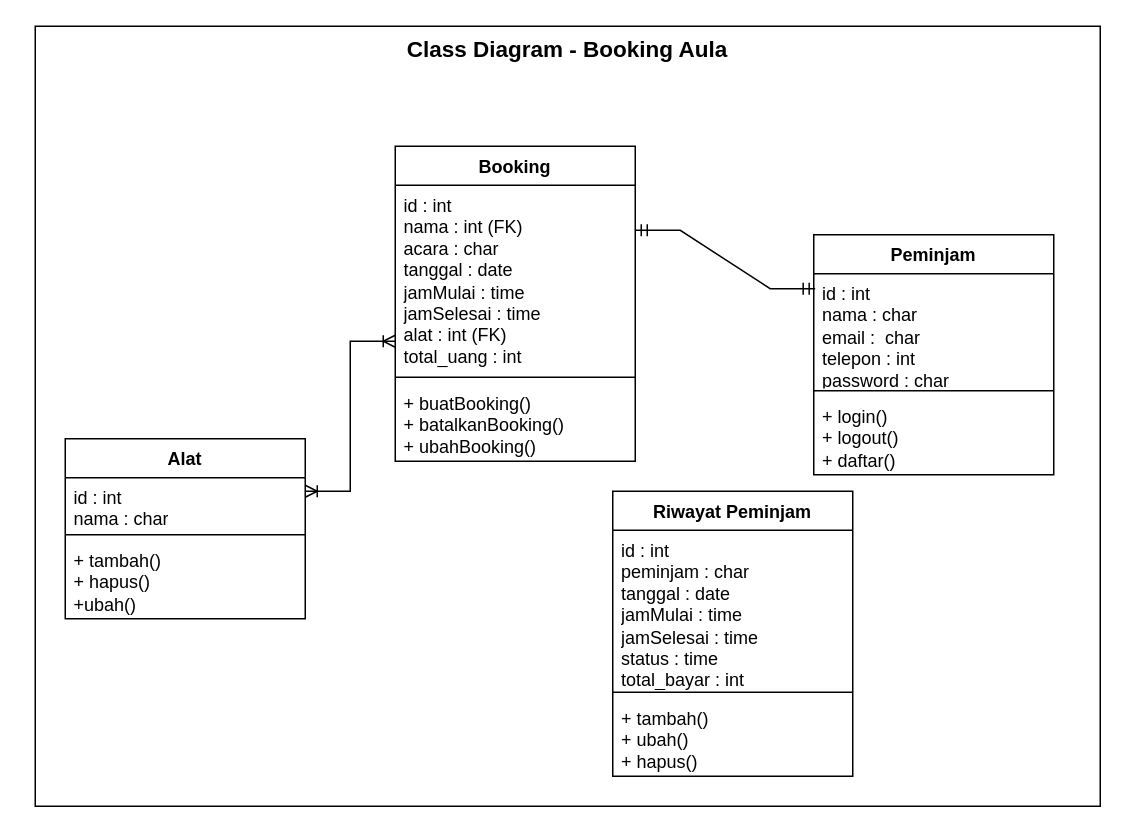
This is page "Class-diagram" (3 of 5) of alur-bisnis.drawio from ZulpaAgustin/BookNow, a draw.io file, before an edit. Source tidied: cells renumbered, new cells numbered last; positions are measured from the earlier drawing's top-left corner, leaving out a move shared by most shapes. Both pictures are drawn from the tidied source at 150%, with x=0, y=0 at pixel (34, 26).
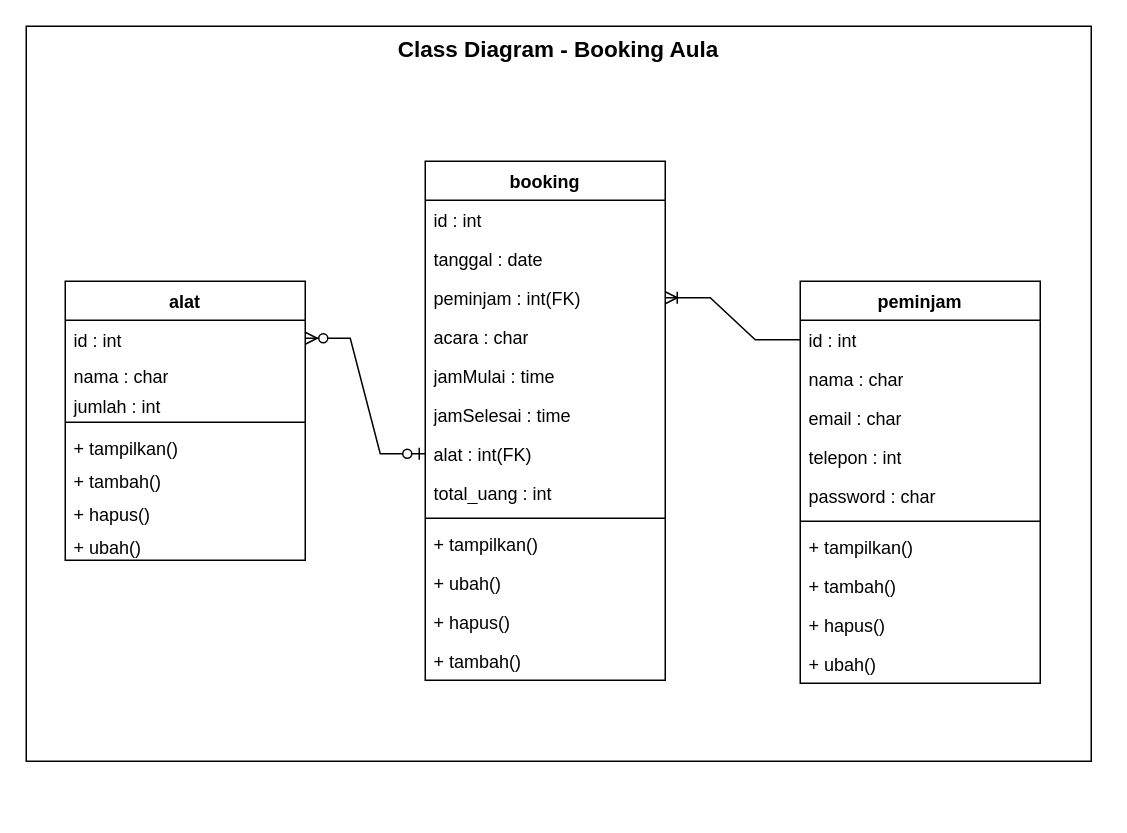
After the change.

What changed in the source:
```diff
@@
     <mxCell id="2" value="Class Diagram - Booking Aula" style="rounded=0;whiteSpace=wrap;html=1;verticalAlign=top;fontStyle=1;fontSize=15;" parent="1" vertex="1">
-      <mxGeometry width="710" height="520" as="geometry" />
+      <mxGeometry x="-6" width="710" height="490" as="geometry" />
     </mxCell>
-    <mxCell id="3" value="Peminjam" style="swimlane;fontStyle=1;align=center;verticalAlign=top;horizontal=1;startSize=26;whiteSpace=wrap;html=1;" parent="1" vertex="1">
-      <mxGeometry x="519" y="139" width="160" height="160" as="geometry" />
-    </mxCell>
-    <mxCell id="4" value="id : int&lt;div&gt;nama : char&lt;/div&gt;&lt;div&gt;email :&amp;nbsp; char&lt;/div&gt;&lt;div&gt;telepon : int&lt;/div&gt;&lt;div&gt;password : char&lt;/div&gt;" style="text;strokeColor=none;fillColor=none;align=left;verticalAlign=top;spacingLeft=4;spacingRight=4;overflow=hidden;points=[[0,0.5],[1,0.5]];portConstraint=eastwest;whiteSpace=wrap;html=1;" parent="3" vertex="1">
-      <mxGeometry y="26" width="160" height="74" as="geometry" />
-    </mxCell>
-    <mxCell id="5" style="line;strokeWidth=1;fillColor=none;align=left;verticalAlign=middle;spacingTop=-1;spacingLeft=3;spacingRight=3;labelPosition=right;strokeColor=inherit;" parent="3" vertex="1">
-      <mxGeometry y="100" width="160" height="8" as="geometry" />
-    </mxCell>
-    <mxCell id="6" value="+ login()&lt;div&gt;+ logout()&lt;/div&gt;&lt;div&gt;+ daftar()&lt;/div&gt;" style="text;strokeColor=none;fillColor=none;align=left;verticalAlign=top;spacingLeft=4;spacingRight=4;overflow=hidden;whiteSpace=wrap;html=1;" parent="3" vertex="1">
-      <mxGeometry y="108" width="160" height="52" as="geometry" />
-    </mxCell>
-    <mxCell id="7" value="Booking" style="swimlane;fontStyle=1;align=center;verticalAlign=top;horizontal=1;startSize=26;whiteSpace=wrap;html=1;" parent="1" vertex="1">
-      <mxGeometry x="240" y="80" width="160" height="210" as="geometry" />
-    </mxCell>
-    <mxCell id="8" value="id : int&lt;div&gt;nama : int (FK)&lt;/div&gt;&lt;div&gt;acara : char&lt;/div&gt;&lt;div&gt;tanggal : date&lt;/div&gt;&lt;div&gt;jamMulai : time&lt;/div&gt;&lt;div&gt;jamSelesai : time&lt;/div&gt;&lt;div&gt;alat : int (FK)&lt;/div&gt;&lt;div&gt;total_uang : int&lt;/div&gt;" style="text;strokeColor=none;fillColor=none;align=left;verticalAlign=top;spacingLeft=4;spacingRight=4;overflow=hidden;points=[[0,0.5],[1,0.5]];portConstraint=eastwest;whiteSpace=wrap;html=1;" parent="7" vertex="1">
-      <mxGeometry y="26" width="160" height="124" as="geometry" />
-    </mxCell>
-    <mxCell id="9" style="line;strokeWidth=1;fillColor=none;align=left;verticalAlign=middle;spacingTop=-1;spacingLeft=3;spacingRight=3;labelPosition=right;strokeColor=inherit;" parent="7" vertex="1">
-      <mxGeometry y="150" width="160" height="8" as="geometry" />
-    </mxCell>
-    <mxCell id="10" value="+ buatBooking()&lt;div&gt;+ batalkanBooking()&lt;/div&gt;&lt;div&gt;+ ubahBooking()&lt;/div&gt;" style="text;strokeColor=none;fillColor=none;align=left;verticalAlign=top;spacingLeft=4;spacingRight=4;overflow=hidden;whiteSpace=wrap;html=1;" parent="7" vertex="1">
-      <mxGeometry y="158" width="160" height="52" as="geometry" />
-    </mxCell>
-    <mxCell id="11" value="Alat" style="swimlane;fontStyle=1;align=center;verticalAlign=top;horizontal=1;startSize=26;whiteSpace=wrap;html=1;" parent="1" vertex="1">
-      <mxGeometry x="20" y="275" width="160" height="120" as="geometry" />
+    <mxCell id="11" value="alat" style="swimlane;fontStyle=1;align=center;verticalAlign=top;horizontal=1;startSize=26;whiteSpace=wrap;html=1;" parent="1" vertex="1">
+      <mxGeometry x="20" y="170" width="160" height="186" as="geometry" />
     </mxCell>
-    <mxCell id="12" value="id : int&lt;div&gt;nama : char&lt;/div&gt;" style="text;strokeColor=none;fillColor=none;align=left;verticalAlign=top;spacingLeft=4;spacingRight=4;overflow=hidden;points=[[0,0.5],[1,0.5]];portConstraint=eastwest;whiteSpace=wrap;html=1;" parent="11" vertex="1">
-      <mxGeometry y="26" width="160" height="34" as="geometry" />
+    <mxCell id="12" value="id : int" style="text;strokeColor=none;fillColor=none;align=left;verticalAlign=top;spacingLeft=4;spacingRight=4;overflow=hidden;points=[[0,0.5],[1,0.5]];portConstraint=eastwest;whiteSpace=wrap;html=1;" parent="11" vertex="1">
+      <mxGeometry y="26" width="160" height="24" as="geometry" />
     </mxCell>
+    <mxCell id="21" value="&lt;div&gt;nama : char&lt;/div&gt;" style="text;strokeColor=none;fillColor=none;align=left;verticalAlign=top;spacingLeft=4;spacingRight=4;overflow=hidden;whiteSpace=wrap;html=1;" parent="11" vertex="1">
+      <mxGeometry y="50" width="160" height="20" as="geometry" />
+    </mxCell>
+    <mxCell id="22" value="jumlah : int" style="text;strokeColor=none;fillColor=none;align=left;verticalAlign=top;spacingLeft=4;spacingRight=4;overflow=hidden;whiteSpace=wrap;html=1;" parent="11" vertex="1">
+      <mxGeometry y="70" width="160" height="20" as="geometry" />
+    </mxCell>
     <mxCell id="13" style="line;strokeWidth=1;fillColor=none;align=left;verticalAlign=middle;spacingTop=-1;spacingLeft=3;spacingRight=3;labelPosition=right;strokeColor=inherit;" parent="11" vertex="1">
-      <mxGeometry y="60" width="160" height="8" as="geometry" />
+      <mxGeometry y="90" width="160" height="8" as="geometry" />
     </mxCell>
-    <mxCell id="14" value="+ tambah()&lt;div&gt;+ hapus()&lt;/div&gt;&lt;div&gt;+ubah()&lt;/div&gt;" style="text;strokeColor=none;fillColor=none;align=left;verticalAlign=top;spacingLeft=4;spacingRight=4;overflow=hidden;whiteSpace=wrap;html=1;" parent="11" vertex="1">
-      <mxGeometry y="68" width="160" height="52" as="geometry" />
+    <mxCell id="14" value="&lt;div&gt;+ tampilkan()&lt;/div&gt;" style="text;strokeColor=none;fillColor=none;align=left;verticalAlign=top;spacingLeft=4;spacingRight=4;overflow=hidden;whiteSpace=wrap;html=1;" parent="11" vertex="1">
+      <mxGeometry y="98" width="160" height="22" as="geometry" />
     </mxCell>
-    <mxCell id="15" value="Riwayat Peminjam" style="swimlane;fontStyle=1;align=center;verticalAlign=top;horizontal=1;startSize=26;whiteSpace=wrap;html=1;" parent="1" vertex="1">
-      <mxGeometry x="385" y="310" width="160" height="190" as="geometry" />
-    </mxCell>
-    <mxCell id="16" value="id : int&lt;div&gt;peminjam : char&lt;/div&gt;&lt;div&gt;tanggal : date&lt;/div&gt;&lt;div&gt;jamMulai : time&lt;/div&gt;&lt;div&gt;jamSelesai : time&lt;/div&gt;&lt;div&gt;status : time&lt;/div&gt;&lt;div&gt;total_bayar : int&lt;/div&gt;" style="text;strokeColor=none;fillColor=none;align=left;verticalAlign=top;spacingLeft=4;spacingRight=4;overflow=hidden;whiteSpace=wrap;html=1;" parent="15" vertex="1">
-      <mxGeometry y="26" width="160" height="104" as="geometry" />
-    </mxCell>
-    <mxCell id="17" style="line;strokeWidth=1;fillColor=none;align=left;verticalAlign=middle;spacingTop=-1;spacingLeft=3;spacingRight=3;labelPosition=right;strokeColor=inherit;" parent="15" vertex="1">
-      <mxGeometry y="130" width="160" height="8" as="geometry" />
-    </mxCell>
-    <mxCell id="18" value="+ tambah()&lt;div&gt;+ ubah()&lt;/div&gt;&lt;div&gt;+ hapus()&lt;/div&gt;" style="text;strokeColor=none;fillColor=none;align=left;verticalAlign=top;spacingLeft=4;spacingRight=4;overflow=hidden;whiteSpace=wrap;html=1;" parent="15" vertex="1">
-      <mxGeometry y="138" width="160" height="52" as="geometry" />
-    </mxCell>
-    <mxCell id="19" style="edgeStyle=entityRelationEdgeStyle;fontSize=12;html=1;endArrow=ERmandOne;startArrow=ERmandOne;rounded=0;entryX=0.006;entryY=0.135;entryDx=0;entryDy=0;entryPerimeter=0;exitX=1;exitY=0.242;exitDx=0;exitDy=0;exitPerimeter=0;" parent="1" edge="1" source="8" target="4">
-      <mxGeometry relative="1" as="geometry">
-        <Array as="points">
-          <mxPoint x="460" y="240" />
-          <mxPoint x="460" y="240" />
-        </Array>
-      </mxGeometry>
-    </mxCell>
-    <mxCell id="20" style="edgeStyle=entityRelationEdgeStyle;fontSize=12;html=1;endArrow=ERoneToMany;startArrow=ERoneToMany;rounded=0;" parent="1" edge="1">
-      <mxGeometry relative="1" as="geometry">
-        <mxPoint x="180" y="310" as="sourcePoint" />
-        <mxPoint x="240" y="210" as="targetPoint" />
-        <Array as="points">
-          <mxPoint x="340" y="320" />
-          <mxPoint x="280" y="320" />
-        </Array>
-      </mxGeometry>
-    </mxCell>
+    <mxCell id="23" value="&lt;div&gt;&lt;span style=&quot;background-color: initial;&quot;&gt;+ tambah()&lt;/span&gt;&lt;br&gt;&lt;/div&gt;" style="text;strokeColor=none;fillColor=none;align=left;verticalAlign=top;spacingLeft=4;spacingRight=4;overflow=hidden;whiteSpace=wrap;html=1;" parent="11" vertex="1">
+      <mxGeometry y="120" width="160" height="22" as="geometry" />
+    </mxCell>
+    <mxCell id="24" value="&lt;div&gt;&lt;span style=&quot;background-color: initial;&quot;&gt;+ hapus()&lt;/span&gt;&lt;br&gt;&lt;/div&gt;" style="text;strokeColor=none;fillColor=none;align=left;verticalAlign=top;spacingLeft=4;spacingRight=4;overflow=hidden;whiteSpace=wrap;html=1;" parent="11" vertex="1">
+      <mxGeometry y="142" width="160" height="22" as="geometry" />
+    </mxCell>
+    <mxCell id="25" value="&lt;div&gt;&lt;span style=&quot;background-color: initial;&quot;&gt;+ ubah()&lt;/span&gt;&lt;br&gt;&lt;/div&gt;" style="text;strokeColor=none;fillColor=none;align=left;verticalAlign=top;spacingLeft=4;spacingRight=4;overflow=hidden;whiteSpace=wrap;html=1;" parent="11" vertex="1">
+      <mxGeometry y="164" width="160" height="22" as="geometry" />
+    </mxCell>
+    <mxCell id="26" value="booking" style="swimlane;fontStyle=1;align=center;verticalAlign=top;horizontal=1;startSize=26;whiteSpace=wrap;html=1;" parent="1" vertex="1">
+      <mxGeometry x="260" y="90" width="160" height="346" as="geometry" />
+    </mxCell>
+    <mxCell id="27" value="id : int" style="text;strokeColor=none;fillColor=none;align=left;verticalAlign=top;spacingLeft=4;spacingRight=4;overflow=hidden;whiteSpace=wrap;html=1;" parent="26" vertex="1">
+      <mxGeometry y="26" width="160" height="26" as="geometry" />
+    </mxCell>
+    <mxCell id="28" value="tanggal : date" style="text;strokeColor=none;fillColor=none;align=left;verticalAlign=top;spacingLeft=4;spacingRight=4;overflow=hidden;whiteSpace=wrap;html=1;" parent="26" vertex="1">
+      <mxGeometry y="52" width="160" height="26" as="geometry" />
+    </mxCell>
+    <mxCell id="29" value="peminjam : int(FK)" style="text;strokeColor=none;fillColor=none;align=left;verticalAlign=top;spacingLeft=4;spacingRight=4;overflow=hidden;points=[[0,0.5],[1,0.5]];portConstraint=eastwest;whiteSpace=wrap;html=1;" parent="26" vertex="1">
+      <mxGeometry y="78" width="160" height="26" as="geometry" />
+    </mxCell>
+    <mxCell id="30" value="acara : char" style="text;strokeColor=none;fillColor=none;align=left;verticalAlign=top;spacingLeft=4;spacingRight=4;overflow=hidden;whiteSpace=wrap;html=1;" parent="26" vertex="1">
+      <mxGeometry y="104" width="160" height="26" as="geometry" />
+    </mxCell>
+    <mxCell id="31" value="jamMulai : time" style="text;strokeColor=none;fillColor=none;align=left;verticalAlign=top;spacingLeft=4;spacingRight=4;overflow=hidden;whiteSpace=wrap;html=1;" parent="26" vertex="1">
+      <mxGeometry y="130" width="160" height="26" as="geometry" />
+    </mxCell>
+    <mxCell id="32" value="jamSelesai : time" style="text;strokeColor=none;fillColor=none;align=left;verticalAlign=top;spacingLeft=4;spacingRight=4;overflow=hidden;whiteSpace=wrap;html=1;" parent="26" vertex="1">
+      <mxGeometry y="156" width="160" height="26" as="geometry" />
+    </mxCell>
+    <mxCell id="33" value="alat : int(FK)" style="text;strokeColor=none;fillColor=none;align=left;verticalAlign=top;spacingLeft=4;spacingRight=4;overflow=hidden;points=[[0,0.5],[1,0.5]];portConstraint=eastwest;whiteSpace=wrap;html=1;" parent="26" vertex="1">
+      <mxGeometry y="182" width="160" height="26" as="geometry" />
+    </mxCell>
+    <mxCell id="34" value="total_uang : int" style="text;strokeColor=none;fillColor=none;align=left;verticalAlign=top;spacingLeft=4;spacingRight=4;overflow=hidden;whiteSpace=wrap;html=1;" parent="26" vertex="1">
+      <mxGeometry y="208" width="160" height="26" as="geometry" />
+    </mxCell>
+    <mxCell id="35" style="line;strokeWidth=1;fillColor=none;align=left;verticalAlign=middle;spacingTop=-1;spacingLeft=3;spacingRight=3;labelPosition=right;strokeColor=inherit;" parent="26" vertex="1">
+      <mxGeometry y="234" width="160" height="8" as="geometry" />
+    </mxCell>
+    <mxCell id="36" value="+ tampilkan()" style="text;strokeColor=none;fillColor=none;align=left;verticalAlign=top;spacingLeft=4;spacingRight=4;overflow=hidden;whiteSpace=wrap;html=1;" parent="26" vertex="1">
+      <mxGeometry y="242" width="160" height="26" as="geometry" />
+    </mxCell>
+    <mxCell id="37" value="+ ubah()" style="text;strokeColor=none;fillColor=none;align=left;verticalAlign=top;spacingLeft=4;spacingRight=4;overflow=hidden;whiteSpace=wrap;html=1;" parent="26" vertex="1">
+      <mxGeometry y="268" width="160" height="26" as="geometry" />
+    </mxCell>
+    <mxCell id="38" value="+ hapus()" style="text;strokeColor=none;fillColor=none;align=left;verticalAlign=top;spacingLeft=4;spacingRight=4;overflow=hidden;whiteSpace=wrap;html=1;" parent="26" vertex="1">
+      <mxGeometry y="294" width="160" height="26" as="geometry" />
+    </mxCell>
+    <mxCell id="39" value="&lt;div&gt;+ tambah()&lt;/div&gt;" style="text;strokeColor=none;fillColor=none;align=left;verticalAlign=top;spacingLeft=4;spacingRight=4;overflow=hidden;whiteSpace=wrap;html=1;" parent="26" vertex="1">
+      <mxGeometry y="320" width="160" height="26" as="geometry" />
+    </mxCell>
+    <mxCell id="40" style="edgeStyle=entityRelationEdgeStyle;fontSize=12;html=1;endArrow=ERzeroToMany;startArrow=ERzeroToOne;rounded=0;" parent="1" edge="1" source="33" target="12">
+      <mxGeometry relative="1" as="geometry" />
+    </mxCell>
+    <mxCell id="41" value="peminjam" style="swimlane;fontStyle=1;align=center;verticalAlign=top;horizontal=1;startSize=26;whiteSpace=wrap;html=1;" parent="1" vertex="1">
+      <mxGeometry x="510" y="170" width="160" height="268" as="geometry" />
+    </mxCell>
+    <mxCell id="42" value="id : int" style="text;strokeColor=none;fillColor=none;align=left;verticalAlign=top;spacingLeft=4;spacingRight=4;overflow=hidden;points=[[0,0.5],[1,0.5]];portConstraint=eastwest;whiteSpace=wrap;html=1;" parent="41" vertex="1">
+      <mxGeometry y="26" width="160" height="26" as="geometry" />
+    </mxCell>
+    <mxCell id="43" value="nama : char" style="text;strokeColor=none;fillColor=none;align=left;verticalAlign=top;spacingLeft=4;spacingRight=4;overflow=hidden;whiteSpace=wrap;html=1;" parent="41" vertex="1">
+      <mxGeometry y="52" width="160" height="26" as="geometry" />
+    </mxCell>
+    <mxCell id="44" value="email : char" style="text;strokeColor=none;fillColor=none;align=left;verticalAlign=top;spacingLeft=4;spacingRight=4;overflow=hidden;whiteSpace=wrap;html=1;" parent="41" vertex="1">
+      <mxGeometry y="78" width="160" height="26" as="geometry" />
+    </mxCell>
+    <mxCell id="45" value="telepon : int" style="text;strokeColor=none;fillColor=none;align=left;verticalAlign=top;spacingLeft=4;spacingRight=4;overflow=hidden;whiteSpace=wrap;html=1;" parent="41" vertex="1">
+      <mxGeometry y="104" width="160" height="26" as="geometry" />
+    </mxCell>
+    <mxCell id="46" value="password : char" style="text;strokeColor=none;fillColor=none;align=left;verticalAlign=top;spacingLeft=4;spacingRight=4;overflow=hidden;whiteSpace=wrap;html=1;" parent="41" vertex="1">
+      <mxGeometry y="130" width="160" height="26" as="geometry" />
+    </mxCell>
+    <mxCell id="47" style="line;strokeWidth=1;fillColor=none;align=left;verticalAlign=middle;spacingTop=-1;spacingLeft=3;spacingRight=3;labelPosition=right;strokeColor=inherit;" parent="41" vertex="1">
+      <mxGeometry y="156" width="160" height="8" as="geometry" />
+    </mxCell>
+    <mxCell id="48" value="+ tampilkan()" style="text;strokeColor=none;fillColor=none;align=left;verticalAlign=top;spacingLeft=4;spacingRight=4;overflow=hidden;whiteSpace=wrap;html=1;" parent="41" vertex="1">
+      <mxGeometry y="164" width="160" height="26" as="geometry" />
+    </mxCell>
+    <mxCell id="49" value="+ tambah()" style="text;strokeColor=none;fillColor=none;align=left;verticalAlign=top;spacingLeft=4;spacingRight=4;overflow=hidden;whiteSpace=wrap;html=1;" parent="41" vertex="1">
+      <mxGeometry y="190" width="160" height="26" as="geometry" />
+    </mxCell>
+    <mxCell id="50" value="+ hapus()" style="text;strokeColor=none;fillColor=none;align=left;verticalAlign=top;spacingLeft=4;spacingRight=4;overflow=hidden;whiteSpace=wrap;html=1;" parent="41" vertex="1">
+      <mxGeometry y="216" width="160" height="26" as="geometry" />
+    </mxCell>
+    <mxCell id="51" value="+ ubah()" style="text;strokeColor=none;fillColor=none;align=left;verticalAlign=top;spacingLeft=4;spacingRight=4;overflow=hidden;whiteSpace=wrap;html=1;" parent="41" vertex="1">
+      <mxGeometry y="242" width="160" height="26" as="geometry" />
+    </mxCell>
+    <mxCell id="52" style="edgeStyle=entityRelationEdgeStyle;fontSize=12;html=1;endArrow=ERoneToMany;rounded=0;" parent="1" edge="1" source="42" target="29">
+      <mxGeometry relative="1" as="geometry">
+        <Array as="points">
+          <mxPoint x="380" y="280" />
+          <mxPoint x="520" y="180" />
+          <mxPoint x="410" y="240" />
+          <mxPoint x="400" y="300" />
+          <mxPoint x="510" y="130" />
+        </Array>
+      </mxGeometry>
+    </mxCell>
```
